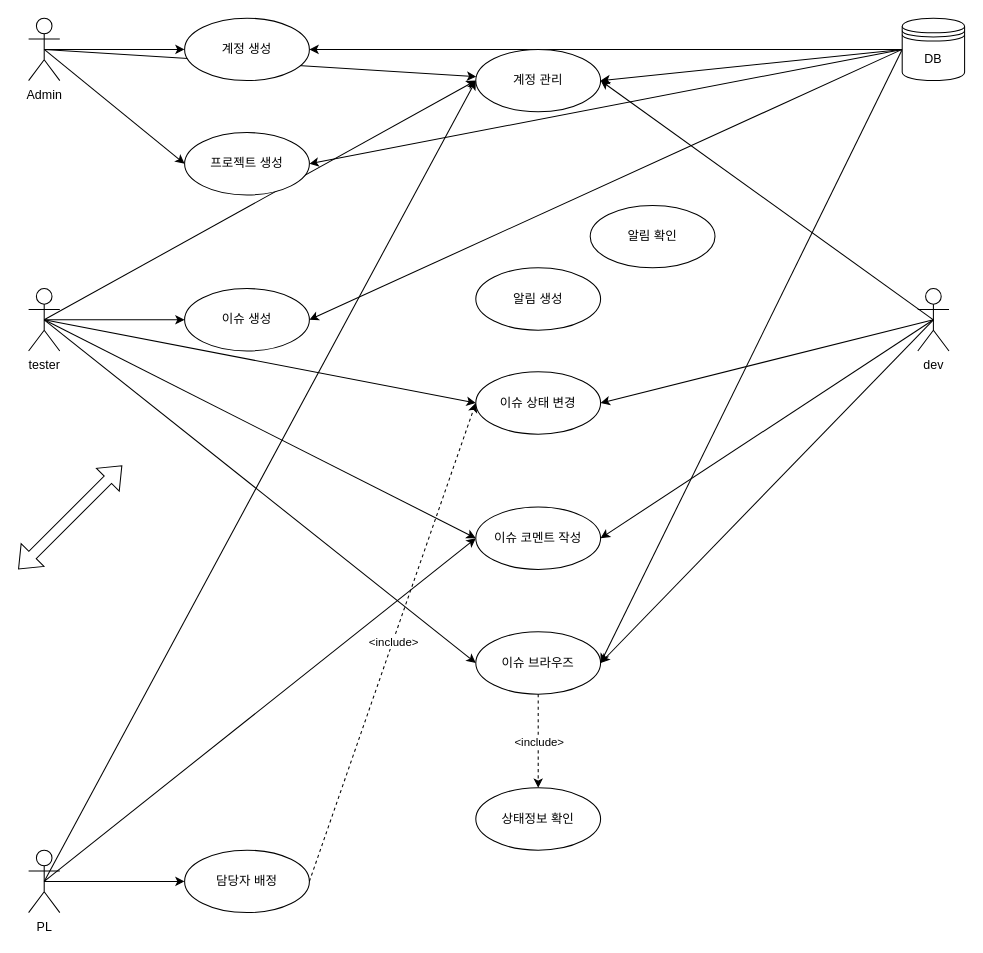
Before: 유스케이스 다이어그램.drawio in ls-hyun0929/Term_Project_19, a draw.io diagram. Source tidied: cells renumbered, new cells numbered last; positions are measured from the earlier drawing's top-left corner, leaving out a move shared by most shapes. Both pictures are drawn from the tidied source at 104%, with x=0, y=0 at pixel (18, 18).
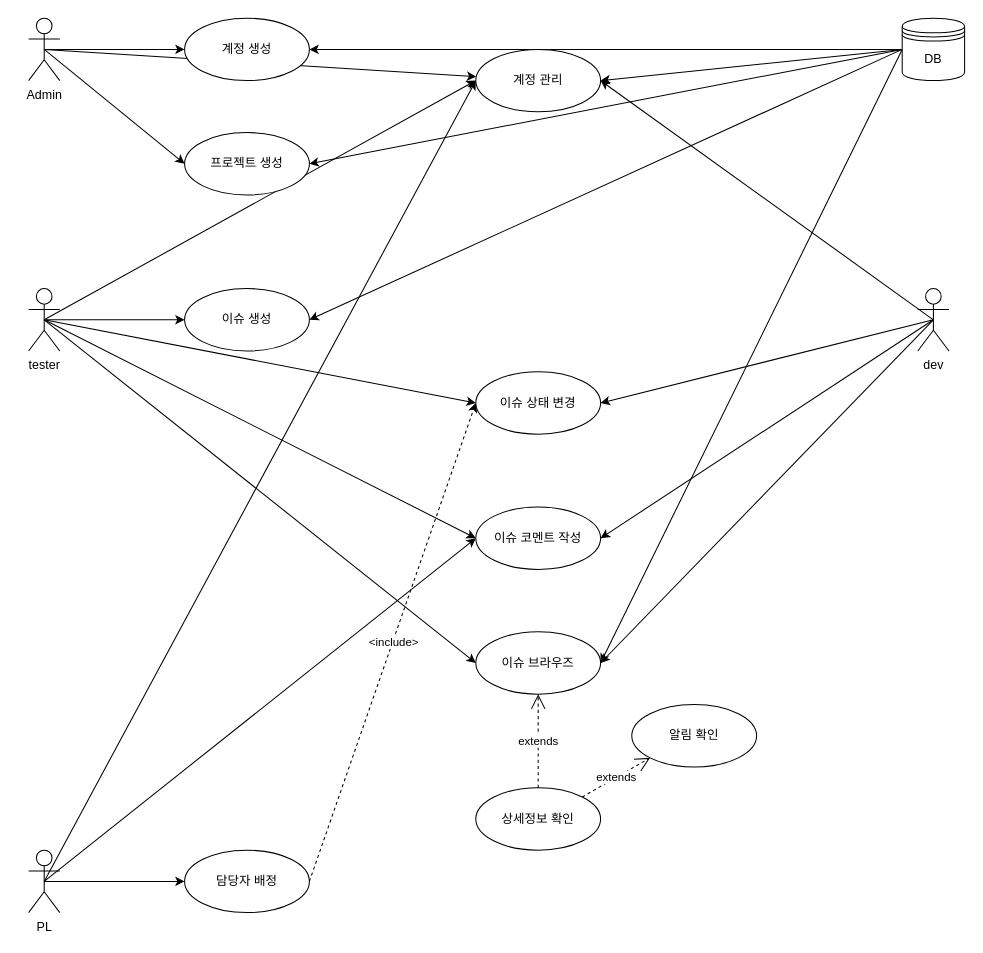
After the change.

What changed in the source:
```diff
@@
-    <mxCell id="27" value="상태정보 확인" style="ellipse;whiteSpace=wrap;html=1;" parent="1" vertex="1">
+    <mxCell id="27" value="상세정보 확인" style="ellipse;whiteSpace=wrap;html=1;" parent="1" vertex="1">
       <mxGeometry x="440" y="740" width="120" height="60" as="geometry" />
     </mxCell>
-    <mxCell id="28" style="endArrow=classic;html=1;rounded=0;entryX=0.5;entryY=0;entryDx=0;entryDy=0;dashed=1;" parent="1" edge="1" target="27">
-      <mxGeometry relative="1" as="geometry">
-        <mxPoint x="500" y="650" as="sourcePoint" />
-      </mxGeometry>
-    </mxCell>
-    <mxCell id="29" value="&amp;lt;include&amp;gt;" style="edgeLabel;html=1;align=center;verticalAlign=middle;" parent="28" vertex="1">
-      <mxGeometry relative="1" as="geometry" />
-    </mxCell>
@@
-    <mxCell id="37" value="&lt;span style=&quot;white-space: pre;&quot;&gt;알림 생성&lt;/span&gt;" style="ellipse;whiteSpace=wrap;html=1;" parent="1" vertex="1">
-      <mxGeometry x="440" y="240" width="120" height="60" as="geometry" />
-    </mxCell>
@@
+    <mxCell id="41" value="&lt;span style=&quot;white-space: pre;&quot;&gt;계정 관리&lt;/span&gt;" style="ellipse;whiteSpace=wrap;html=1;" parent="1" vertex="1">
+      <mxGeometry x="440" y="30" width="120" height="60" as="geometry" />
+    </mxCell>
+    <mxCell id="43" value="extends" style="endArrow=open;endSize=12;dashed=1;html=1;rounded=0;entryX=0.5;entryY=1;entryDx=0;entryDy=0;" parent="1" edge="1">
+      <mxGeometry relative="1" as="geometry">
+        <mxPoint x="500" y="740" as="sourcePoint" />
+        <mxPoint x="500" y="650" as="targetPoint" />
+      </mxGeometry>
+    </mxCell>
-    <mxCell id="40" value="&lt;span style=&quot;white-space: pre;&quot;&gt;알림 확인&lt;/span&gt;" style="ellipse;whiteSpace=wrap;html=1;" parent="1" vertex="1">
-      <mxGeometry x="550" y="180" width="120" height="60" as="geometry" />
+    <mxCell id="40" value="알림 확인" style="ellipse;whiteSpace=wrap;html=1;" parent="1" vertex="1">
+      <mxGeometry x="590" y="660" width="120" height="60" as="geometry" />
     </mxCell>
-    <mxCell id="41" value="&lt;span style=&quot;white-space: pre;&quot;&gt;계정 관리&lt;/span&gt;" style="ellipse;whiteSpace=wrap;html=1;" parent="1" vertex="1">
-      <mxGeometry x="440" y="30" width="120" height="60" as="geometry" />
-    </mxCell>
-    <mxCell id="42" style="shape=flexArrow;endArrow=classic;startArrow=classic;html=1;rounded=0;" parent="1" edge="1">
-      <mxGeometry relative="1" as="geometry">
-        <mxPoint y="530" as="sourcePoint" />
-        <mxPoint x="100" y="430" as="targetPoint" />
-      </mxGeometry>
-    </mxCell>
+    <mxCell id="44" value="extends" style="endArrow=open;endSize=12;dashed=1;html=1;rounded=0;entryX=0;entryY=1;entryDx=0;entryDy=0;exitX=1;exitY=0;exitDx=0;exitDy=0;" parent="1" edge="1" source="27" target="40">
+      <mxGeometry relative="1" as="geometry" />
+    </mxCell>
```
